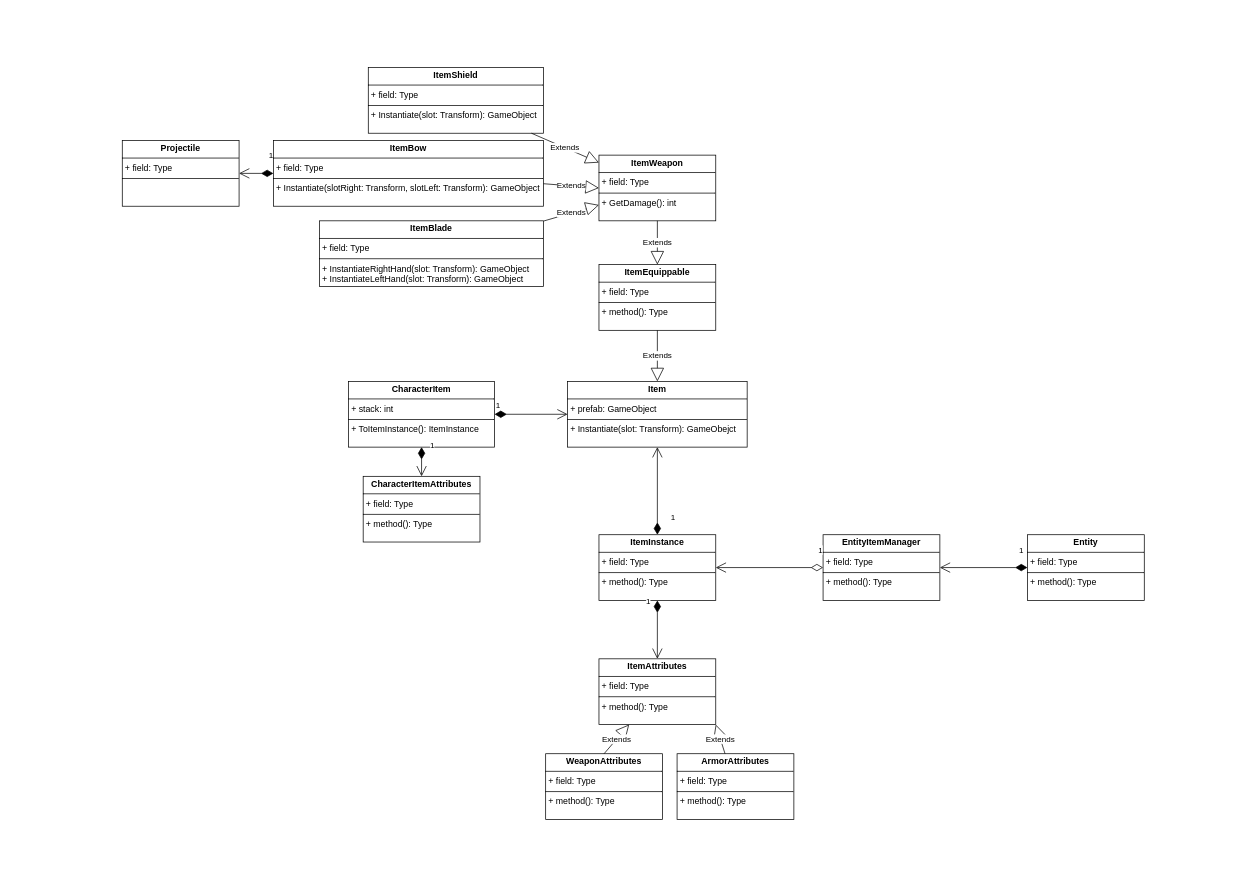
Above: rpg.drawio in GameCater/DrawIO (draw.io), before the change. Source tidied: cells renumbered, new cells numbered last; positions are measured from the earlier drawing's top-left corner, leaving out a move shared by most shapes. Both pictures are drawn from the tidied source at 73%, with x=0, y=0 at pixel (122, 67).
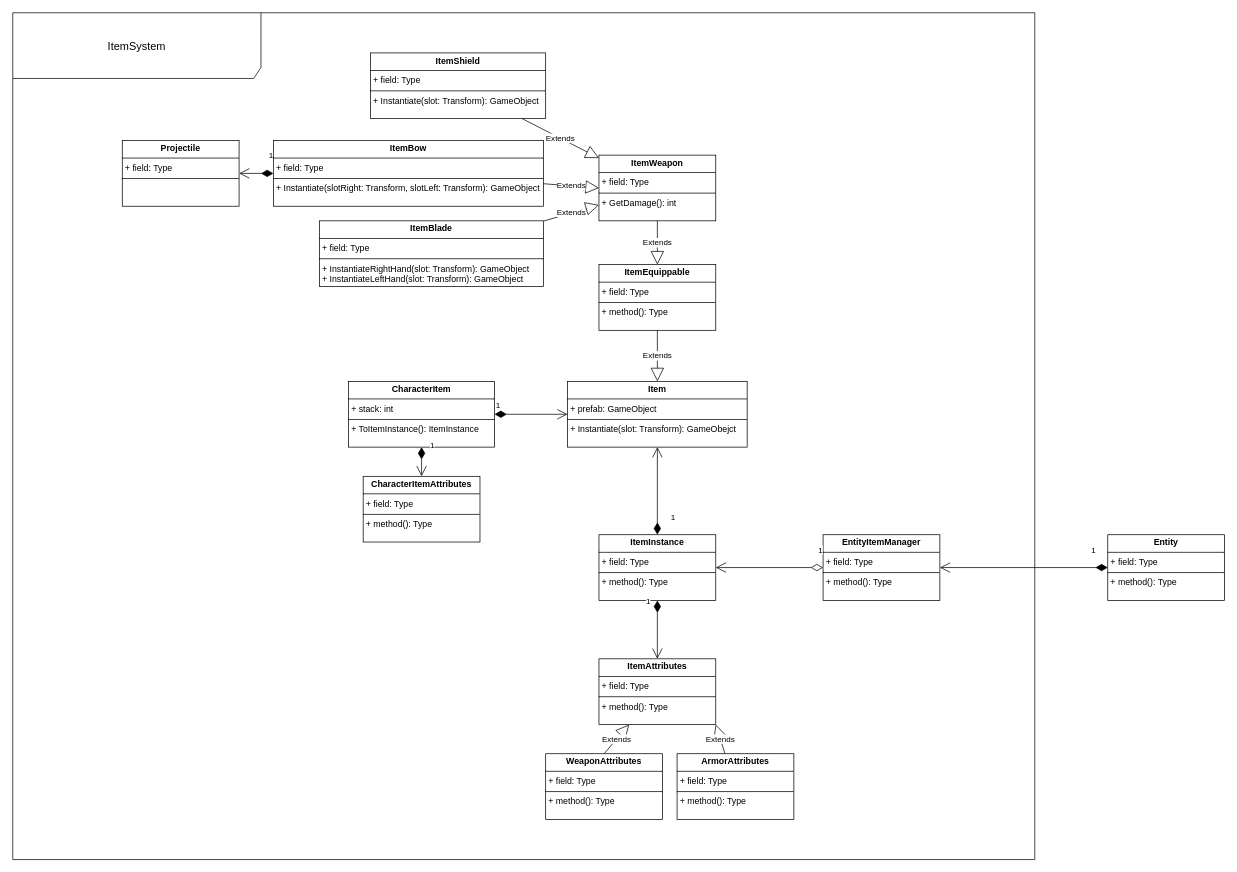
The same diagram, later.

Change to the diagram source:
```diff
@@
     <mxCell id="25" value="&lt;p style=&quot;margin:0px;margin-top:4px;text-align:center;&quot;&gt;&lt;b&gt;ItemShield&lt;/b&gt;&lt;/p&gt;&lt;hr size=&quot;1&quot; style=&quot;border-style:solid;&quot;&gt;&lt;p style=&quot;margin:0px;margin-left:4px;&quot;&gt;+ field: Type&lt;/p&gt;&lt;hr size=&quot;1&quot; style=&quot;border-style:solid;&quot;&gt;&lt;p style=&quot;margin:0px;margin-left:4px;&quot;&gt;+ Instantiate(slot: Transform): GameObject&lt;/p&gt;" style="verticalAlign=top;align=left;overflow=fill;html=1;whiteSpace=wrap;" parent="1" vertex="1">
-      <mxGeometry x="337" width="240" height="90" as="geometry" />
+      <mxGeometry x="340" y="-20" width="240" height="90" as="geometry" />
     </mxCell>
@@
     <mxCell id="29" value="&lt;p style=&quot;margin:0px;margin-top:4px;text-align:center;&quot;&gt;&lt;b&gt;Entity&lt;/b&gt;&lt;/p&gt;&lt;hr size=&quot;1&quot; style=&quot;border-style:solid;&quot;&gt;&lt;p style=&quot;margin:0px;margin-left:4px;&quot;&gt;+ field: Type&lt;/p&gt;&lt;hr size=&quot;1&quot; style=&quot;border-style:solid;&quot;&gt;&lt;p style=&quot;margin:0px;margin-left:4px;&quot;&gt;+ method(): Type&lt;/p&gt;" style="verticalAlign=top;align=left;overflow=fill;html=1;whiteSpace=wrap;" parent="1" vertex="1">
-      <mxGeometry x="1240" y="640" width="160" height="90" as="geometry" />
+      <mxGeometry x="1350" y="640" width="160" height="90" as="geometry" />
     </mxCell>
@@
+    <mxCell id="31" value="&lt;font style=&quot;font-size: 15px;&quot;&gt;ItemSystem&lt;/font&gt;" style="shape=umlFrame;whiteSpace=wrap;html=1;width=340;height=90;" parent="1" vertex="1">
+      <mxGeometry x="-150" y="-75" width="1400" height="1160" as="geometry" />
+    </mxCell>
```
